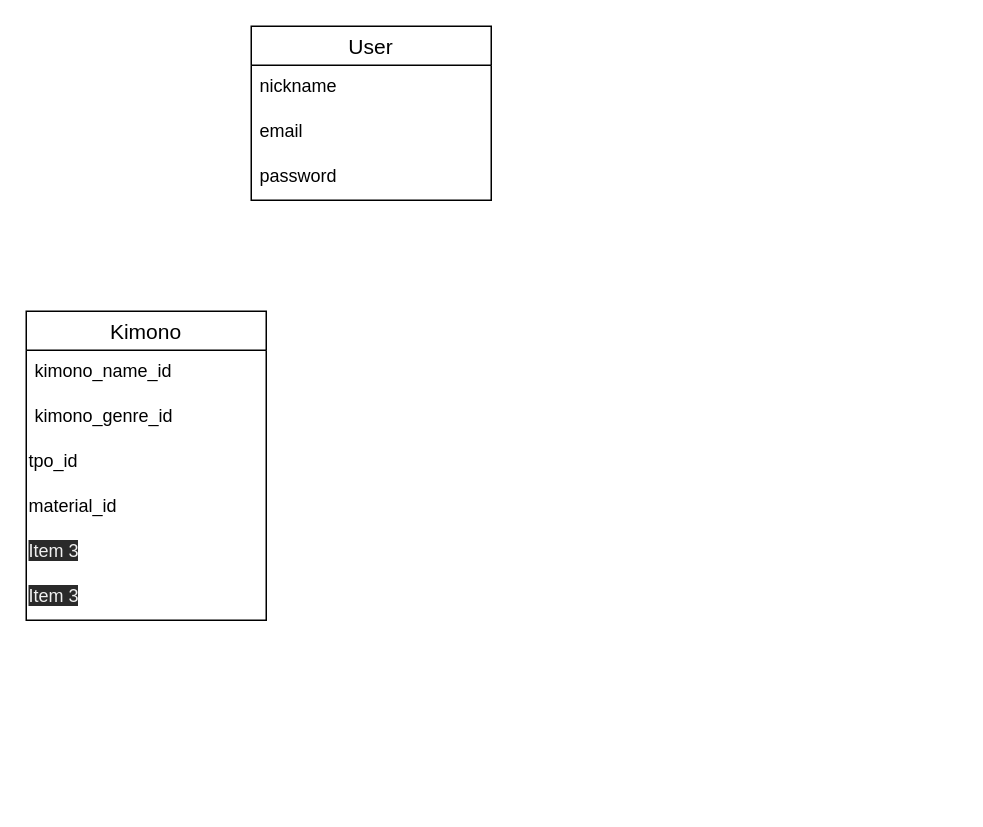
This is kimono.dio from tumugi-koume/kimono-31114, a draw.io file, before an edit. Source tidied: cells renumbered, new cells numbered last; positions are measured from the earlier drawing's top-left corner, leaving out a move shared by most shapes. Both pictures are drawn from the tidied source at 150%, with x=0, y=0 at pixel (26, 26).
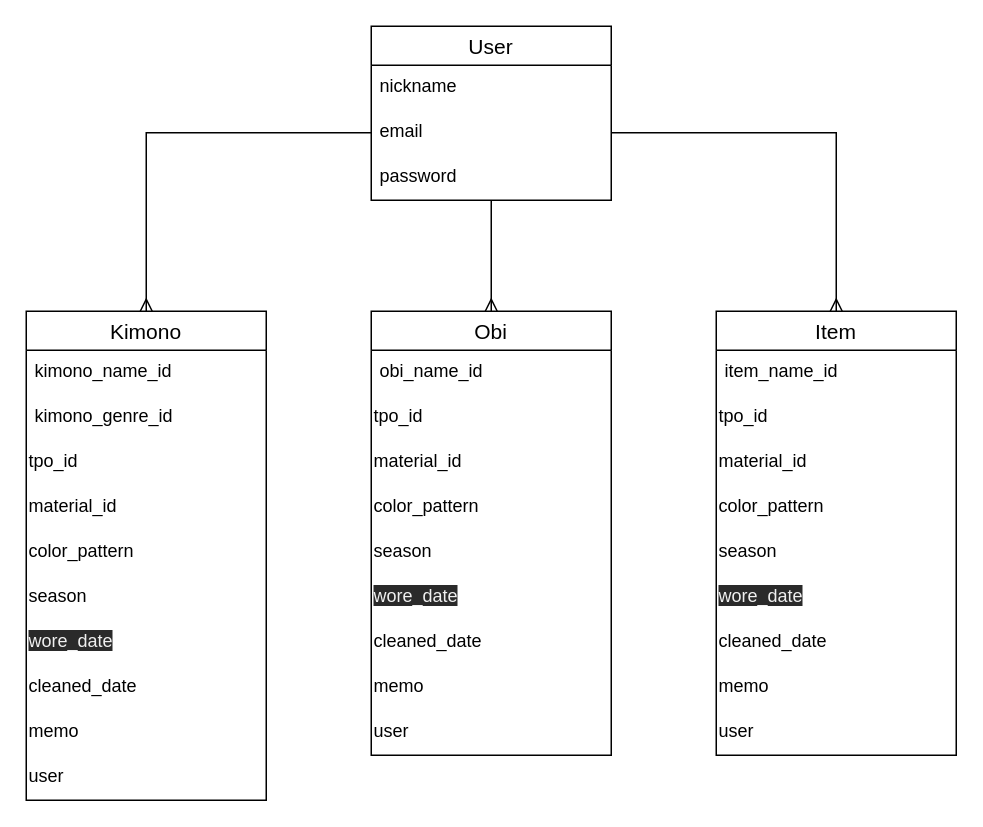
After the change.

Commit message (it also covers changes not shown here):
READMEにER図画像を設置

The edit, as a diff of the source:
```diff
@@
-    <mxCell id="2" value="User" style="swimlane;fontStyle=0;horizontal=1;startSize=26;align=center;fontSize=14;" parent="1" vertex="1">
-      <mxGeometry x="150" width="160" height="116" as="geometry" />
-    </mxCell>
-    <mxCell id="3" value="nickname" style="text;strokeColor=none;fillColor=none;spacingLeft=4;spacingRight=4;overflow=hidden;fontSize=12;" parent="2" vertex="1">
-      <mxGeometry y="26" width="160" height="30" as="geometry" />
-    </mxCell>
-    <mxCell id="4" value="email" style="text;strokeColor=none;fillColor=none;spacingLeft=4;spacingRight=4;overflow=hidden;points=[[0,0.5],[1,0.5]];portConstraint=eastwest;fontSize=12;" parent="2" vertex="1">
-      <mxGeometry y="56" width="160" height="30" as="geometry" />
-    </mxCell>
-    <mxCell id="5" value="password" style="text;strokeColor=none;fillColor=none;spacingLeft=4;spacingRight=4;overflow=hidden;fontSize=12;" parent="2" vertex="1">
-      <mxGeometry y="86" width="160" height="30" as="geometry" />
-    </mxCell>
     <mxCell id="6" value="Kimono" style="swimlane;fontStyle=0;horizontal=1;startSize=26;align=center;fontSize=14;" parent="1" vertex="1">
-      <mxGeometry y="190" width="160" height="206" as="geometry" />
+      <mxGeometry y="190" width="160" height="326" as="geometry" />
     </mxCell>
@@
-    <mxCell id="11" value="&lt;span style=&quot;color: rgb(240, 240, 240); font-family: helvetica; font-size: 12px; font-style: normal; font-weight: 400; letter-spacing: normal; text-align: left; text-indent: 0px; text-transform: none; word-spacing: 0px; background-color: rgb(42, 42, 42); display: inline; float: none;&quot;&gt;Item 3&lt;/span&gt;" style="text;whiteSpace=wrap;html=1;" parent="6" vertex="1">
+    <mxCell id="11" value="&lt;font face=&quot;helvetica&quot;&gt;color_pattern&lt;/font&gt;" style="text;whiteSpace=wrap;html=1;" parent="6" vertex="1">
       <mxGeometry y="146" width="160" height="30" as="geometry" />
     </mxCell>
-    <mxCell id="12" value="&lt;span style=&quot;color: rgb(240, 240, 240); font-family: helvetica; font-size: 12px; font-style: normal; font-weight: 400; letter-spacing: normal; text-align: left; text-indent: 0px; text-transform: none; word-spacing: 0px; background-color: rgb(42, 42, 42); display: inline; float: none;&quot;&gt;Item 3&lt;/span&gt;" style="text;whiteSpace=wrap;html=1;" parent="6" vertex="1">
+    <mxCell id="12" value="&lt;font face=&quot;helvetica&quot;&gt;season&lt;/font&gt;" style="text;whiteSpace=wrap;html=1;" parent="6" vertex="1">
       <mxGeometry y="176" width="160" height="30" as="geometry" />
     </mxCell>
+    <mxCell id="13" value="&lt;span style=&quot;color: rgb(240 , 240 , 240) ; font-family: &amp;#34;helvetica&amp;#34; ; font-size: 12px ; font-style: normal ; font-weight: 400 ; letter-spacing: normal ; text-align: left ; text-indent: 0px ; text-transform: none ; word-spacing: 0px ; background-color: rgb(42 , 42 , 42) ; display: inline ; float: none&quot;&gt;wore_date&lt;/span&gt;" style="text;whiteSpace=wrap;html=1;" parent="6" vertex="1">
+      <mxGeometry y="206" width="160" height="30" as="geometry" />
+    </mxCell>
+    <mxCell id="14" value="&lt;font face=&quot;helvetica&quot;&gt;cleaned_date&lt;/font&gt;" style="text;whiteSpace=wrap;html=1;" parent="6" vertex="1">
+      <mxGeometry y="236" width="160" height="30" as="geometry" />
+    </mxCell>
+    <mxCell id="15" value="&lt;font face=&quot;helvetica&quot;&gt;memo&lt;/font&gt;" style="text;whiteSpace=wrap;html=1;" parent="6" vertex="1">
+      <mxGeometry y="266" width="160" height="30" as="geometry" />
+    </mxCell>
+    <mxCell id="16" value="&lt;font face=&quot;helvetica&quot;&gt;user&lt;/font&gt;" style="text;whiteSpace=wrap;html=1;" parent="6" vertex="1">
+      <mxGeometry y="296" width="160" height="30" as="geometry" />
+    </mxCell>
+    <mxCell id="17" value="Obi" style="swimlane;fontStyle=0;horizontal=1;startSize=26;align=center;fontSize=14;" parent="1" vertex="1">
+      <mxGeometry x="230" y="190" width="160" height="296" as="geometry" />
+    </mxCell>
+    <mxCell id="18" value="obi_name_id" style="text;strokeColor=none;fillColor=none;spacingLeft=4;spacingRight=4;overflow=hidden;fontSize=12;" parent="17" vertex="1">
+      <mxGeometry y="26" width="160" height="30" as="geometry" />
+    </mxCell>
+    <mxCell id="19" value="&lt;font face=&quot;helvetica&quot;&gt;tpo_id&lt;/font&gt;" style="text;whiteSpace=wrap;html=1;" parent="17" vertex="1">
+      <mxGeometry y="56" width="160" height="30" as="geometry" />
+    </mxCell>
+    <mxCell id="20" value="&lt;font face=&quot;helvetica&quot;&gt;material_id&lt;/font&gt;" style="text;whiteSpace=wrap;html=1;" parent="17" vertex="1">
+      <mxGeometry y="86" width="160" height="30" as="geometry" />
+    </mxCell>
+    <mxCell id="21" value="&lt;font face=&quot;helvetica&quot;&gt;color_pattern&lt;/font&gt;" style="text;whiteSpace=wrap;html=1;" parent="17" vertex="1">
+      <mxGeometry y="116" width="160" height="30" as="geometry" />
+    </mxCell>
+    <mxCell id="22" value="&lt;font face=&quot;helvetica&quot;&gt;season&lt;/font&gt;" style="text;whiteSpace=wrap;html=1;" parent="17" vertex="1">
+      <mxGeometry y="146" width="160" height="30" as="geometry" />
+    </mxCell>
+    <mxCell id="23" value="&lt;span style=&quot;color: rgb(240 , 240 , 240) ; font-family: &amp;#34;helvetica&amp;#34; ; font-size: 12px ; font-style: normal ; font-weight: 400 ; letter-spacing: normal ; text-align: left ; text-indent: 0px ; text-transform: none ; word-spacing: 0px ; background-color: rgb(42 , 42 , 42) ; display: inline ; float: none&quot;&gt;wore_date&lt;/span&gt;" style="text;whiteSpace=wrap;html=1;" parent="17" vertex="1">
+      <mxGeometry y="176" width="160" height="30" as="geometry" />
+    </mxCell>
+    <mxCell id="24" value="&lt;font face=&quot;helvetica&quot;&gt;cleaned_date&lt;/font&gt;" style="text;whiteSpace=wrap;html=1;" parent="17" vertex="1">
+      <mxGeometry y="206" width="160" height="30" as="geometry" />
+    </mxCell>
+    <mxCell id="25" value="&lt;font face=&quot;helvetica&quot;&gt;memo&lt;/font&gt;" style="text;whiteSpace=wrap;html=1;" parent="17" vertex="1">
+      <mxGeometry y="236" width="160" height="30" as="geometry" />
+    </mxCell>
+    <mxCell id="26" value="&lt;font face=&quot;helvetica&quot;&gt;user&lt;/font&gt;" style="text;whiteSpace=wrap;html=1;" parent="17" vertex="1">
+      <mxGeometry y="266" width="160" height="30" as="geometry" />
+    </mxCell>
+    <mxCell id="27" style="edgeStyle=orthogonalEdgeStyle;rounded=0;jettySize=auto;html=1;entryX=0.5;entryY=0;entryDx=0;entryDy=0;endArrow=ERmany;endFill=0;" parent="1" edge="1" source="2" target="17">
+      <mxGeometry relative="1" as="geometry" />
+    </mxCell>
+    <mxCell id="2" value="User" style="swimlane;fontStyle=0;horizontal=1;startSize=26;align=center;fontSize=14;" parent="1" vertex="1">
+      <mxGeometry x="230" width="160" height="116" as="geometry" />
+    </mxCell>
+    <mxCell id="3" value="nickname" style="text;strokeColor=none;fillColor=none;spacingLeft=4;spacingRight=4;overflow=hidden;fontSize=12;" parent="2" vertex="1">
+      <mxGeometry y="26" width="160" height="30" as="geometry" />
+    </mxCell>
+    <mxCell id="4" value="email" style="text;strokeColor=none;fillColor=none;spacingLeft=4;spacingRight=4;overflow=hidden;points=[[0,0.5],[1,0.5]];portConstraint=eastwest;fontSize=12;" parent="2" vertex="1">
+      <mxGeometry y="56" width="160" height="30" as="geometry" />
+    </mxCell>
+    <mxCell id="5" value="password" style="text;strokeColor=none;fillColor=none;spacingLeft=4;spacingRight=4;overflow=hidden;fontSize=12;" parent="2" vertex="1">
+      <mxGeometry y="86" width="160" height="30" as="geometry" />
+    </mxCell>
+    <mxCell id="28" value="Item" style="swimlane;fontStyle=0;horizontal=1;startSize=26;align=center;fontSize=14;" parent="1" vertex="1">
+      <mxGeometry x="460" y="190" width="160" height="296" as="geometry" />
+    </mxCell>
+    <mxCell id="29" value="item_name_id" style="text;strokeColor=none;fillColor=none;spacingLeft=4;spacingRight=4;overflow=hidden;fontSize=12;" parent="28" vertex="1">
+      <mxGeometry y="26" width="160" height="30" as="geometry" />
+    </mxCell>
+    <mxCell id="30" value="&lt;font face=&quot;helvetica&quot;&gt;tpo_id&lt;/font&gt;" style="text;whiteSpace=wrap;html=1;" parent="28" vertex="1">
+      <mxGeometry y="56" width="160" height="30" as="geometry" />
+    </mxCell>
+    <mxCell id="31" value="&lt;font face=&quot;helvetica&quot;&gt;material_id&lt;/font&gt;" style="text;whiteSpace=wrap;html=1;" parent="28" vertex="1">
+      <mxGeometry y="86" width="160" height="30" as="geometry" />
+    </mxCell>
+    <mxCell id="32" value="&lt;font face=&quot;helvetica&quot;&gt;color_pattern&lt;/font&gt;" style="text;whiteSpace=wrap;html=1;" parent="28" vertex="1">
+      <mxGeometry y="116" width="160" height="30" as="geometry" />
+    </mxCell>
+    <mxCell id="33" value="&lt;font face=&quot;helvetica&quot;&gt;season&lt;/font&gt;" style="text;whiteSpace=wrap;html=1;" parent="28" vertex="1">
+      <mxGeometry y="146" width="160" height="30" as="geometry" />
+    </mxCell>
+    <mxCell id="34" value="&lt;span style=&quot;color: rgb(240 , 240 , 240) ; font-family: &amp;#34;helvetica&amp;#34; ; font-size: 12px ; font-style: normal ; font-weight: 400 ; letter-spacing: normal ; text-align: left ; text-indent: 0px ; text-transform: none ; word-spacing: 0px ; background-color: rgb(42 , 42 , 42) ; display: inline ; float: none&quot;&gt;wore_date&lt;/span&gt;" style="text;whiteSpace=wrap;html=1;" parent="28" vertex="1">
+      <mxGeometry y="176" width="160" height="30" as="geometry" />
+    </mxCell>
+    <mxCell id="35" value="&lt;font face=&quot;helvetica&quot;&gt;cleaned_date&lt;/font&gt;" style="text;whiteSpace=wrap;html=1;" parent="28" vertex="1">
+      <mxGeometry y="206" width="160" height="30" as="geometry" />
+    </mxCell>
+    <mxCell id="36" value="&lt;font face=&quot;helvetica&quot;&gt;memo&lt;/font&gt;" style="text;whiteSpace=wrap;html=1;" parent="28" vertex="1">
+      <mxGeometry y="236" width="160" height="30" as="geometry" />
+    </mxCell>
+    <mxCell id="37" value="&lt;font face=&quot;helvetica&quot;&gt;user&lt;/font&gt;" style="text;whiteSpace=wrap;html=1;" parent="28" vertex="1">
+      <mxGeometry y="266" width="160" height="30" as="geometry" />
+    </mxCell>
+    <mxCell id="38" style="edgeStyle=orthogonalEdgeStyle;rounded=0;jettySize=auto;html=1;exitX=0;exitY=0.5;exitDx=0;exitDy=0;entryX=0.5;entryY=0;entryDx=0;entryDy=0;endArrow=ERmany;endFill=0;" parent="1" edge="1" source="4" target="6">
+      <mxGeometry relative="1" as="geometry" />
+    </mxCell>
+    <mxCell id="39" style="edgeStyle=orthogonalEdgeStyle;rounded=0;jettySize=auto;html=1;exitX=1;exitY=0.5;exitDx=0;exitDy=0;endArrow=ERmany;endFill=0;entryX=0.5;entryY=0;entryDx=0;entryDy=0;" parent="1" edge="1" source="4" target="28">
+      <mxGeometry relative="1" as="geometry" />
+    </mxCell>
```
